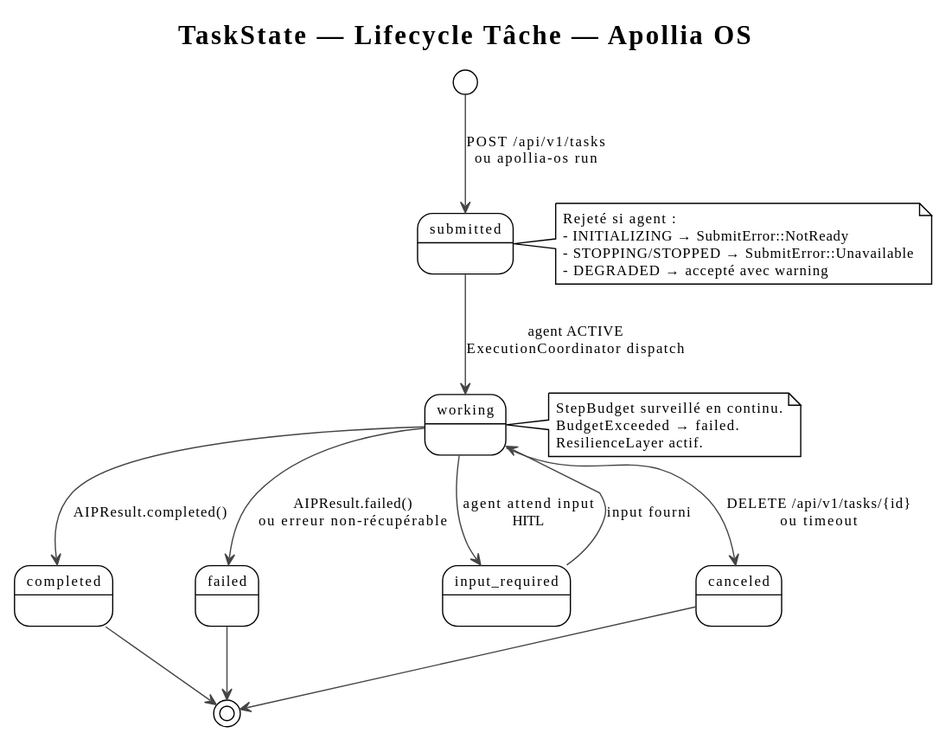
Above: book/src/architecture/diagrams/state-task.svg in nidal-z/apollia-os (PlantUML), before the change.
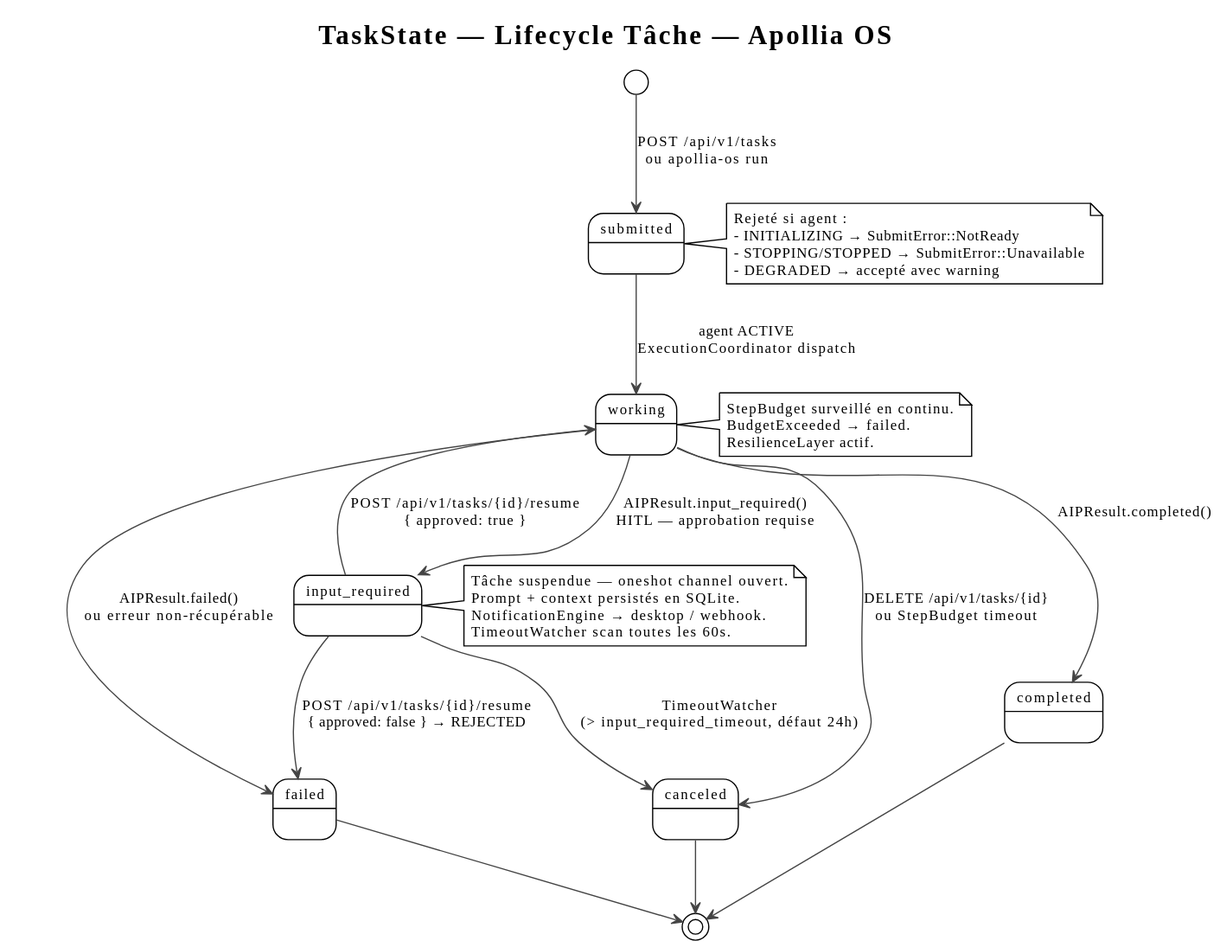
Later version of the same file.

Diff of the diagram source:
```diff
@@ -14,10 +14,12 @@
 
 working --> completed : AIPResult.completed()
 working --> failed : AIPResult.failed()\nou erreur non-récupérable
-working --> input_required : agent attend input\nHITL
-working --> canceled : DELETE /api/v1/tasks/{id}\nou timeout
+working --> input_required : AIPResult.input_required()\nHITL — approbation requise
+working --> canceled : DELETE /api/v1/tasks/{id}\nou StepBudget timeout
 
-input_required --> working : input fourni
+input_required --> working : POST /api/v1/tasks/{id}/resume\n{ approved: true }
+input_required --> failed : POST /api/v1/tasks/{id}/resume\n{ approved: false } → REJECTED
+input_required --> canceled : TimeoutWatcher\n(> input_required_timeout, défaut 24h)
 
 completed --> [*]
 failed --> [*]
@@ -35,4 +37,11 @@
   BudgetExceeded → failed.
   ResilienceLayer actif.
 end note
+
+note right of input_required
+  Tâche suspendue — oneshot channel ouvert.
+  Prompt + context persistés en SQLite.
+  NotificationEngine → desktop / webhook.
+  TimeoutWatcher scan toutes les 60s.
+end note
 @enduml
```
